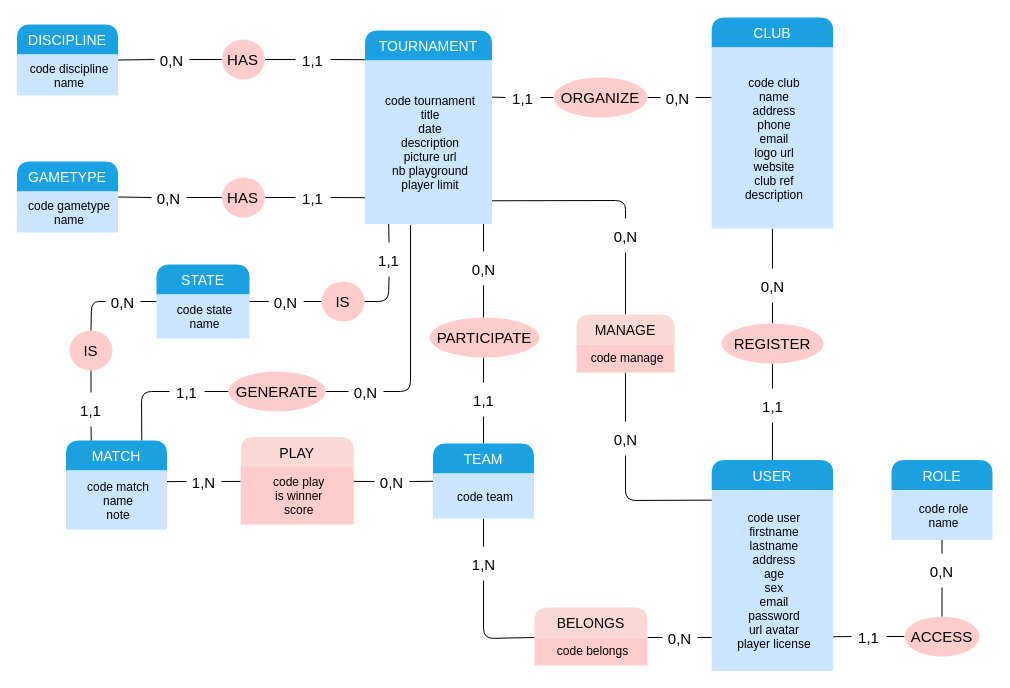
Earlier version of the draw.io diagram docs/MCD/MCD-V2.drawio (Thevenin-Jonathan/Tournament). Source tidied: cells renumbered, new cells numbered last; positions are measured from the earlier drawing's top-left corner, leaving out a move shared by most shapes. Both pictures are drawn from the tidied source at 100%, with x=0, y=0 at pixel (17, 17).
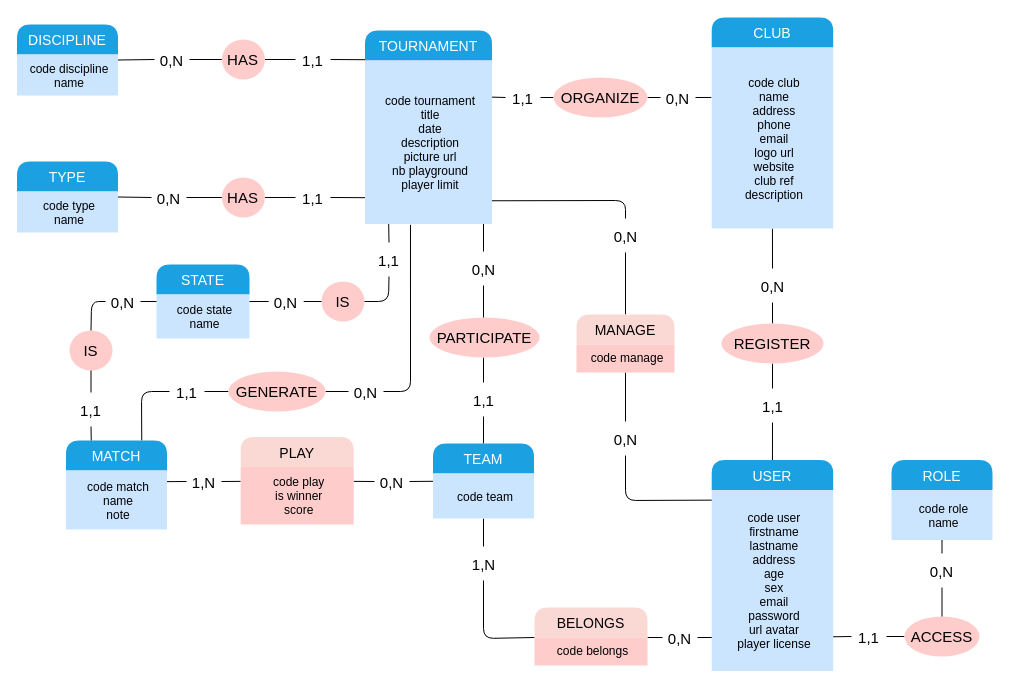
The same diagram, later.

Commit message (it also covers changes not shown here):
doc: upd MCD v2.4

Change to the diagram source:
```diff
@@
-    <mxCell id="76" value="GAMETYPE" style="swimlane;horizontal=1;startSize=30;rounded=1;fontSize=14;fontStyle=0;strokeWidth=2;shadow=0;dashed=0;align=center;fillColor=#1ba1e2;fontColor=#ffffff;strokeColor=none;swimlaneLine=0;" parent="1" vertex="1">
+    <mxCell id="76" value="TYPE" style="swimlane;horizontal=1;startSize=30;rounded=1;fontSize=14;fontStyle=0;strokeWidth=2;shadow=0;dashed=0;align=center;fillColor=#1ba1e2;fontColor=#ffffff;strokeColor=none;swimlaneLine=0;" parent="1" vertex="1">
       <mxGeometry x="-0.5" y="144" width="101" height="71" as="geometry" />
     </mxCell>
-    <mxCell id="77" value="code gametype&#10;name" style="align=center;strokeColor=none;fillColor=#cce5ff;spacingLeft=4;fontSize=12;verticalAlign=middle;fontColor=#000000;" parent="76" vertex="1">
+    <mxCell id="77" value="code type&#10;name" style="align=center;strokeColor=none;fillColor=#cce5ff;spacingLeft=4;fontSize=12;verticalAlign=middle;fontColor=#000000;" parent="76" vertex="1">
       <mxGeometry y="30" width="101" height="41" as="geometry" />
     </mxCell>
```
